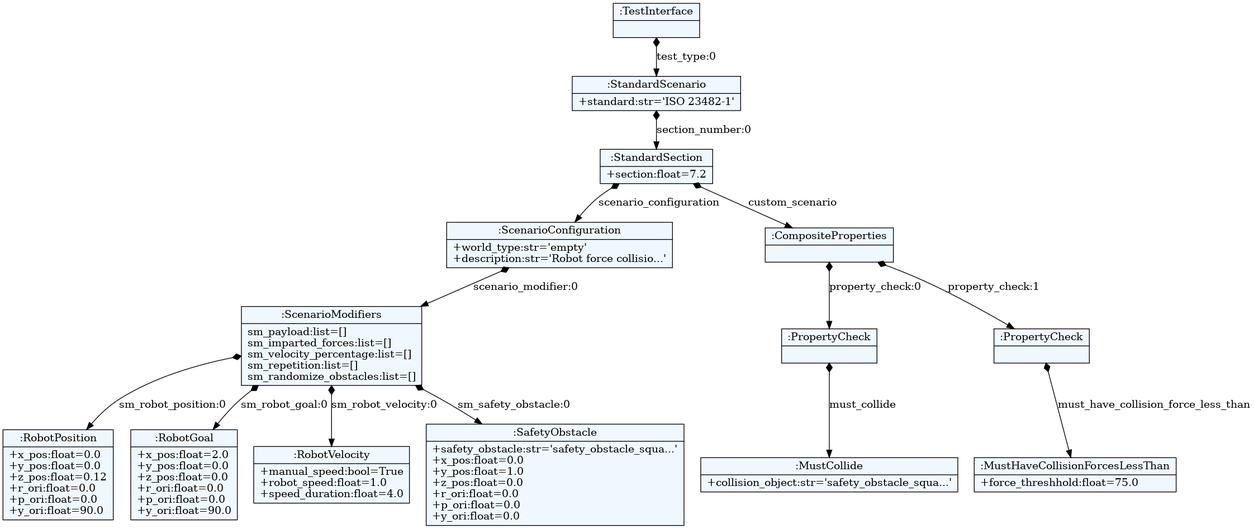
Before: src/property_based_tester/property_based_language_generation/test_definitions.dot.png, a diagram exported from Graphviz (SOHAIL1996/property_based_tester). Its source is kept beside it as src/property_based_tester/property_based_language_generation/test_definitions.dot.
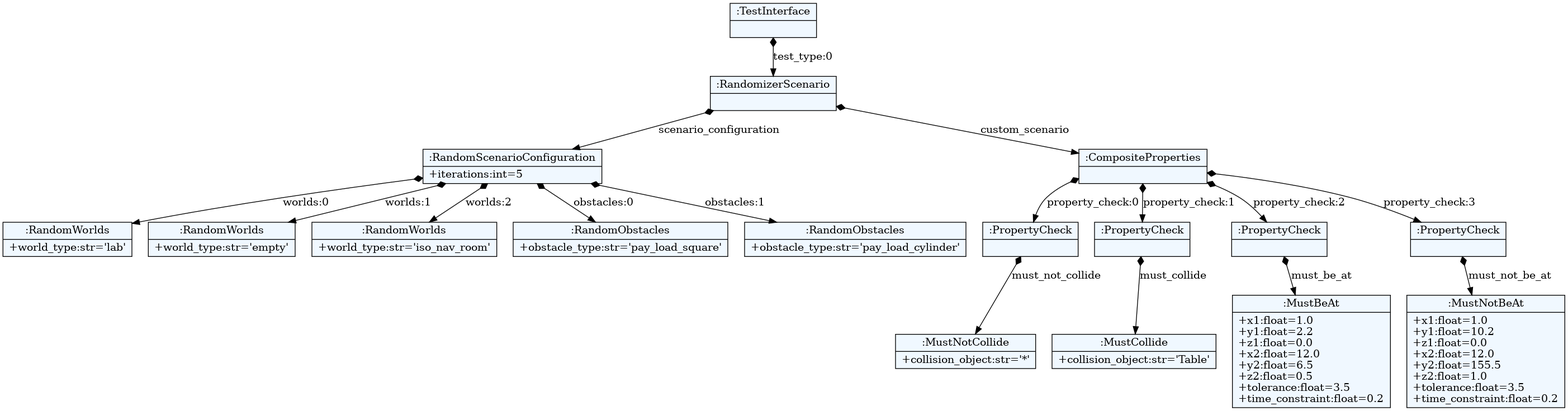
The same file after the commit.

Commit message:
Addition, update and fixes to random scenario gen.

Diff of the diagram source:
```diff
@@ -10,32 +10,38 @@
     edge[dir=black,arrowtail=empty]
 
 
-140522623145968 -> 140522623145584 [label="test_type:0" arrowtail=diamond dir=both]
-140522623145584 -> 140522623144816 [label="section_number:0" arrowtail=diamond dir=both]
-140522623144816 -> 140522623144336 [label="scenario_configuration" arrowtail=diamond dir=both]
-140522623144336 -> 140522623144192 [label="scenario_modifier:0" arrowtail=diamond dir=both]
-140522623144192 -> 140522623265280 [label="sm_robot_position:0" arrowtail=diamond dir=both]
-140522623265280[label="{:RobotPosition|+x_pos:float=0.0\l+y_pos:float=0.0\l+z_pos:float=0.12\l+r_ori:float=0.0\l+p_ori:float=0.0\l+y_ori:float=90.0\l}"]
-140522623144192 -> 140522623266048 [label="sm_robot_goal:0" arrowtail=diamond dir=both]
-140522623266048[label="{:RobotGoal|+x_pos:float=2.0\l+y_pos:float=0.0\l+z_pos:float=0.0\l+r_ori:float=0.0\l+p_ori:float=0.0\l+y_ori:float=90.0\l}"]
-140522623144192 -> 140522623266096 [label="sm_robot_velocity:0" arrowtail=diamond dir=both]
-140522623266096[label="{:RobotVelocity|+manual_speed:bool=True\l+robot_speed:float=1.0\l+speed_duration:float=4.0\l}"]
-140522623144192 -> 140522623265760 [label="sm_safety_obstacle:0" arrowtail=diamond dir=both]
-140522623265760[label="{:SafetyObstacle|+safety_obstacle:str='safety_obstacle_squa...'\l+x_pos:float=0.0\l+y_pos:float=1.0\l+z_pos:float=0.0\l+r_ori:float=0.0\l+p_ori:float=0.0\l+y_ori:float=0.0\l}"]
-140522623144192[label="{:ScenarioModifiers|sm_payload:list=[]\lsm_imparted_forces:list=[]\lsm_velocity_percentage:list=[]\lsm_repetition:list=[]\lsm_randomize_obstacles:list=[]\l}"]
-140522623144336[label="{:ScenarioConfiguration|+world_type:str='empty'\l+description:str='Robot force collisio...'\l}"]
-140522623144816 -> 140522623144000 [label="custom_scenario" arrowtail=diamond dir=both]
-140522623144000 -> 140522623265808 [label="property_check:0" arrowtail=diamond dir=both]
-140522623265808 -> 140522623264992 [label="must_collide" arrowtail=diamond dir=both]
-140522623264992[label="{:MustCollide|+collision_object:str='safety_obstacle_squa...'\l}"]
-140522623265808[label="{:PropertyCheck|}"]
-140522623144000 -> 140522623264944 [label="property_check:1" arrowtail=diamond dir=both]
-140522623264944 -> 140522623264704 [label="must_have_collision_force_less_than" arrowtail=diamond dir=both]
-140522623264704[label="{:MustHaveCollisionForcesLessThan|+force_threshhold:float=75.0\l}"]
-140522623264944[label="{:PropertyCheck|}"]
-140522623144000[label="{:CompositeProperties|}"]
-140522623144816[label="{:StandardSection|+section:float=7.2\l}"]
-140522623145584[label="{:StandardScenario|+standard:str='ISO 23482-1'\l}"]
-140522623145968[label="{:TestInterface|}"]
+140656333961248 -> 140656333960288 [label="test_type:0" arrowtail=diamond dir=both]
+140656333960288 -> 140656333960048 [label="scenario_configuration" arrowtail=diamond dir=both]
+140656333960048 -> 140656333959472 [label="worlds:0" arrowtail=diamond dir=both]
+140656333959472[label="{:RandomWorlds|+world_type:str='lab'\l}"]
+140656333960048 -> 140656334118624 [label="worlds:1" arrowtail=diamond dir=both]
+140656334118624[label="{:RandomWorlds|+world_type:str='empty'\l}"]
+140656333960048 -> 140656334118336 [label="worlds:2" arrowtail=diamond dir=both]
+140656334118336[label="{:RandomWorlds|+world_type:str='iso_nav_room'\l}"]
+140656333960048 -> 140656334117856 [label="obstacles:0" arrowtail=diamond dir=both]
+140656334117856[label="{:RandomObstacles|+obstacle_type:str='pay_load_square'\l}"]
+140656333960048 -> 140656334117520 [label="obstacles:1" arrowtail=diamond dir=both]
+140656334117520[label="{:RandomObstacles|+obstacle_type:str='pay_load_cylinder'\l}"]
+140656333960048[label="{:RandomScenarioConfiguration|+iterations:int=5\l}"]
+140656333960288 -> 140656333959712 [label="custom_scenario" arrowtail=diamond dir=both]
+140656333959712 -> 140656334117472 [label="property_check:0" arrowtail=diamond dir=both]
+140656334117472 -> 140656334117376 [label="must_not_collide" arrowtail=diamond dir=both]
+140656334117376[label="{:MustNotCollide|+collision_object:str='*'\l}"]
+140656334117472[label="{:PropertyCheck|}"]
+140656333959712 -> 140656334117088 [label="property_check:1" arrowtail=diamond dir=both]
+140656334117088 -> 140656334116944 [label="must_collide" arrowtail=diamond dir=both]
+140656334116944[label="{:MustCollide|+collision_object:str='Table'\l}"]
+140656334117088[label="{:PropertyCheck|}"]
+140656333959712 -> 140656334116896 [label="property_check:2" arrowtail=diamond dir=both]
+140656334116896 -> 140656333950880 [label="must_be_at" arrowtail=diamond dir=both]
+140656333950880[label="{:MustBeAt|+x1:float=1.0\l+y1:float=2.2\l+z1:float=0.0\l+x2:float=12.0\l+y2:float=6.5\l+z2:float=0.5\l+tolerance:float=3.5\l+time_constraint:float=0.2\l}"]
+140656334116896[label="{:PropertyCheck|}"]
+140656333959712 -> 140656334116320 [label="property_check:3" arrowtail=diamond dir=both]
+140656334116320 -> 140656333950592 [label="must_not_be_at" arrowtail=diamond dir=both]
+140656333950592[label="{:MustNotBeAt|+x1:float=1.0\l+y1:float=10.2\l+z1:float=0.0\l+x2:float=12.0\l+y2:float=155.5\l+z2:float=1.0\l+tolerance:float=3.5\l+time_constraint:float=0.2\l}"]
+140656334116320[label="{:PropertyCheck|}"]
+140656333959712[label="{:CompositeProperties|}"]
+140656333960288[label="{:RandomizerScenario|}"]
+140656333961248[label="{:TestInterface|}"]
 
 }
```
